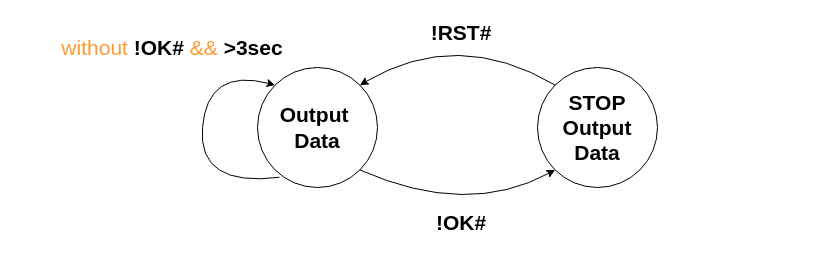
Above: lap 5/UART_FSM.drawio in MinhTuLeHoang/VXL (draw.io), before the change. Source tidied: cells renumbered, new cells numbered last; positions are measured from the earlier drawing's top-left corner, leaving out a move shared by most shapes. Both pictures are drawn from the tidied source at 100%, with x=0, y=0 at pixel (17, 17).
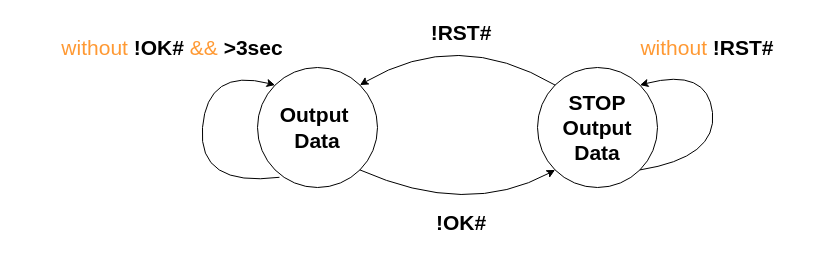
Above is the later version.

What changed in the source:
```diff
@@
 <mxGraphModel>
   <root>
     <mxCell id="0" />
     <mxCell id="1" parent="0" />
     <mxCell id="2" value="&lt;b style=&quot;font-size: 21px;&quot;&gt;Output&amp;nbsp;&lt;br style=&quot;font-size: 21px;&quot;&gt;Data&lt;/b&gt;" style="ellipse;whiteSpace=wrap;html=1;fontSize=21;" parent="1" vertex="1">
       <mxGeometry x="240" y="50" width="120" height="120" as="geometry" />
     </mxCell>
     <mxCell id="3" value="&lt;b style=&quot;font-size: 21px;&quot;&gt;STOP&lt;br style=&quot;font-size: 21px;&quot;&gt;Output&lt;br style=&quot;font-size: 21px;&quot;&gt;Data&lt;/b&gt;" style="ellipse;whiteSpace=wrap;html=1;fontSize=21;" parent="1" vertex="1">
       <mxGeometry x="520" y="50" width="120" height="120" as="geometry" />
     </mxCell>
     <mxCell id="4" value="&lt;font color=&quot;#ff9933&quot;&gt;without&lt;/font&gt; &lt;b&gt;!OK#&lt;/b&gt; &lt;font color=&quot;#ff9933&quot;&gt;&amp;amp;&amp;amp;&lt;/font&gt; &lt;b&gt;&amp;gt;3sec&lt;/b&gt;" style="text;html=1;strokeColor=none;fillColor=none;align=center;verticalAlign=middle;whiteSpace=wrap;rounded=0;fontSize=21;" parent="1" vertex="1">
       <mxGeometry y="10" width="310" height="40" as="geometry" />
     </mxCell>
     <mxCell id="5" style="curved=1;endArrow=classic;html=1;rounded=0;fontSize=21;fontColor=#000000;entryX=0;entryY=1;entryDx=0;entryDy=0;exitX=1;exitY=1;exitDx=0;exitDy=0;" parent="1" edge="1" source="2" target="3">
       <mxGeometry relative="1" as="geometry">
         <Array as="points">
           <mxPoint x="450" y="200" />
         </Array>
       </mxGeometry>
     </mxCell>
     <mxCell id="6" value="&lt;b&gt;!OK#&lt;/b&gt;" style="text;html=1;strokeColor=none;fillColor=none;align=center;verticalAlign=middle;whiteSpace=wrap;rounded=0;fontSize=21;fontColor=#000000;" parent="1" vertex="1">
       <mxGeometry x="414" y="190" width="60" height="30" as="geometry" />
     </mxCell>
     <mxCell id="7" style="curved=1;endArrow=classic;html=1;rounded=0;fontSize=21;fontColor=#000000;exitX=0;exitY=0;exitDx=0;exitDy=0;entryX=1;entryY=0;entryDx=0;entryDy=0;" parent="1" edge="1" source="3" target="2">
       <mxGeometry relative="1" as="geometry">
         <Array as="points">
           <mxPoint x="440" y="10" />
         </Array>
       </mxGeometry>
     </mxCell>
     <mxCell id="8" style="curved=1;endArrow=classic;html=1;rounded=0;fontSize=21;fontColor=#000000;entryX=0;entryY=0;entryDx=0;entryDy=0;exitX=0.183;exitY=0.915;exitDx=0;exitDy=0;exitPerimeter=0;" parent="1" edge="1" source="2" target="2">
       <mxGeometry relative="1" as="geometry">
         <Array as="points">
           <mxPoint x="180" y="170" />
           <mxPoint x="190" y="50" />
         </Array>
       </mxGeometry>
     </mxCell>
     <mxCell id="9" value="&lt;b&gt;!RST#&lt;/b&gt;" style="text;html=1;strokeColor=none;fillColor=none;align=center;verticalAlign=middle;whiteSpace=wrap;rounded=0;fontSize=21;fontColor=#000000;" parent="1" vertex="1">
       <mxGeometry x="414" width="60" height="30" as="geometry" />
     </mxCell>
+    <mxCell id="10" style="curved=1;endArrow=classic;html=1;rounded=0;exitX=1;exitY=1;exitDx=0;exitDy=0;entryX=1;entryY=0;entryDx=0;entryDy=0;" parent="1" edge="1" source="3" target="3">
+      <mxGeometry relative="1" as="geometry">
+        <Array as="points">
+          <mxPoint x="700" y="140" />
+          <mxPoint x="690" y="50" />
+        </Array>
+      </mxGeometry>
+    </mxCell>
+    <mxCell id="11" value="&lt;font color=&quot;#ff9933&quot;&gt;without&lt;/font&gt; &lt;b&gt;!RST#&lt;/b&gt;" style="text;html=1;strokeColor=none;fillColor=none;align=center;verticalAlign=middle;whiteSpace=wrap;rounded=0;fontSize=21;" parent="1" vertex="1">
+      <mxGeometry x="580" y="10" width="220" height="40" as="geometry" />
+    </mxCell>
   </root>
 </mxGraphModel>
```
